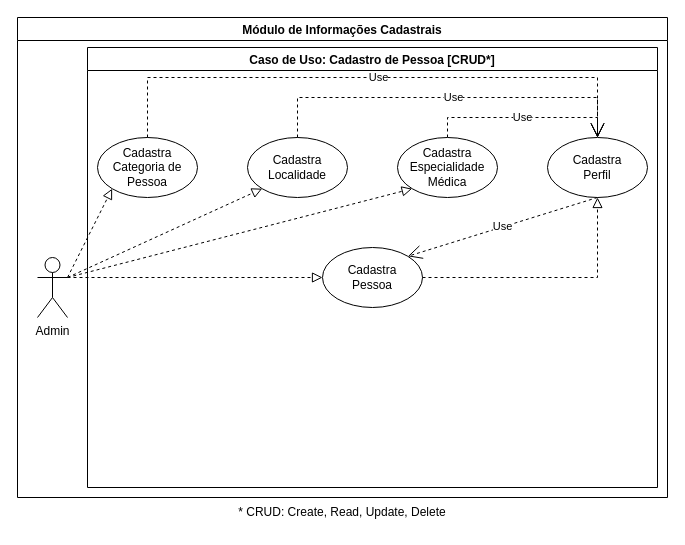
This is page "Cad-Pessoa" (1 of 3) of PUC-GISA-M1.drawio from kikoluiss/tcc-puc, a draw.io file, before an edit. Source tidied: cells renumbered, new cells numbered last; positions are measured from the earlier drawing's top-left corner, leaving out a move shared by most shapes. Both pictures are drawn from the tidied source at 100%, with x=0, y=0 at pixel (17, 17).
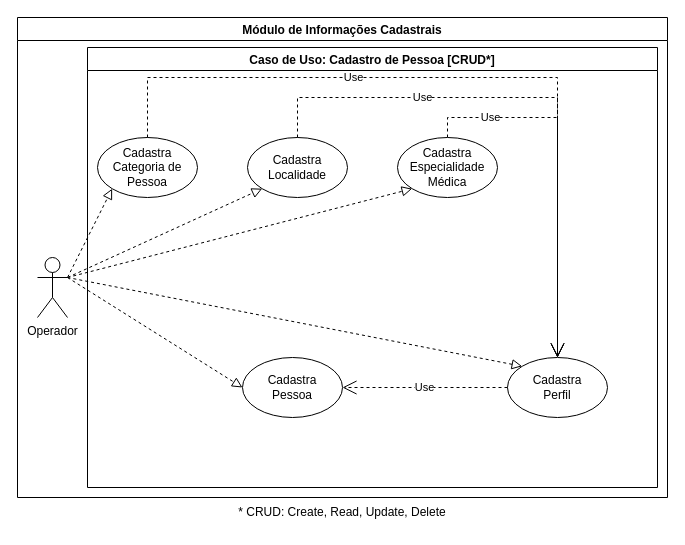
After the change.

The change refers to these unchanged cells:
```xml
<mxCell id="2" value="Módulo de Informações Cadastrais" style="swimlane;" parent="1" vertex="1">
  <mxGeometry width="650" height="480" as="geometry" />
</mxCell>
<mxCell id="4" value="Caso de Uso: Cadastro de Pessoa [CRUD*]" style="swimlane;" parent="2" vertex="1">
  <mxGeometry x="70" y="30" width="570" height="440" as="geometry" />
</mxCell>
<mxCell id="5" value="Cadastra Categoria de Pessoa" style="ellipse;whiteSpace=wrap;html=1;align=center;newEdgeStyle={&quot;edgeStyle&quot;:&quot;entityRelationEdgeStyle&quot;,&quot;startArrow&quot;:&quot;none&quot;,&quot;endArrow&quot;:&quot;none&quot;,&quot;segment&quot;:10,&quot;curved&quot;:1};" parent="4" vertex="1">
  <mxGeometry x="10" y="90" width="100" height="60" as="geometry" />
</mxCell>
<mxCell id="8" value="Cadastra&lt;br&gt;Localidade" style="ellipse;whiteSpace=wrap;html=1;align=center;newEdgeStyle={&quot;edgeStyle&quot;:&quot;entityRelationEdgeStyle&quot;,&quot;startArrow&quot;:&quot;none&quot;,&quot;endArrow&quot;:&quot;none&quot;,&quot;segment&quot;:10,&quot;curved&quot;:1};" parent="4" vertex="1">
  <mxGeometry x="160" y="90" width="100" height="60" as="geometry" />
</mxCell>
<mxCell id="13" value="Cadastra&lt;br&gt;Especialidade&lt;br&gt;Médica" style="ellipse;whiteSpace=wrap;html=1;align=center;newEdgeStyle={&quot;edgeStyle&quot;:&quot;entityRelationEdgeStyle&quot;,&quot;startArrow&quot;:&quot;none&quot;,&quot;endArrow&quot;:&quot;none&quot;,&quot;segment&quot;:10,&quot;curved&quot;:1};" parent="4" vertex="1">
  <mxGeometry x="310" y="90" width="100" height="60" as="geometry" />
</mxCell>
```

Diff of the diagram source:
```diff
@@
-    <mxCell id="3" value="Admin" style="shape=umlActor;verticalLabelPosition=bottom;verticalAlign=top;html=1;outlineConnect=0;" parent="2" vertex="1">
+    <mxCell id="3" value="Operador" style="shape=umlActor;verticalLabelPosition=bottom;verticalAlign=top;html=1;outlineConnect=0;" parent="2" vertex="1">
       <mxGeometry x="20" y="240" width="30" height="60" as="geometry" />
     </mxCell>
@@
     <mxCell id="6" value="Cadastra&lt;br&gt;Pessoa" style="ellipse;whiteSpace=wrap;html=1;align=center;newEdgeStyle={&quot;edgeStyle&quot;:&quot;entityRelationEdgeStyle&quot;,&quot;startArrow&quot;:&quot;none&quot;,&quot;endArrow&quot;:&quot;none&quot;,&quot;segment&quot;:10,&quot;curved&quot;:1};" parent="4" vertex="1">
-      <mxGeometry x="235" y="200" width="100" height="60" as="geometry" />
+      <mxGeometry x="155" y="310" width="100" height="60" as="geometry" />
     </mxCell>
     <mxCell id="7" value="Cadastra&lt;br&gt;Perfil" style="ellipse;whiteSpace=wrap;html=1;align=center;newEdgeStyle={&quot;edgeStyle&quot;:&quot;entityRelationEdgeStyle&quot;,&quot;startArrow&quot;:&quot;none&quot;,&quot;endArrow&quot;:&quot;none&quot;,&quot;segment&quot;:10,&quot;curved&quot;:1};" parent="4" vertex="1">
-      <mxGeometry x="460" y="90" width="100" height="60" as="geometry" />
+      <mxGeometry x="420" y="310" width="100" height="60" as="geometry" />
     </mxCell>
@@
     <mxCell id="9" value="Use" style="endArrow=open;endSize=12;dashed=1;html=1;rounded=0;exitX=0.5;exitY=0;exitDx=0;exitDy=0;entryX=0.5;entryY=0;entryDx=0;entryDy=0;" parent="4" edge="1" source="5" target="7">
-      <mxGeometry x="0.02" relative="1" as="geometry">
+      <mxGeometry x="-0.29" relative="1" as="geometry">
         <Array as="points">
           <mxPoint x="60" y="30" />
-          <mxPoint x="510" y="30" />
+          <mxPoint x="470" y="30" />
         </Array>
       </mxGeometry>
     </mxCell>
     <mxCell id="10" value="Use" style="endArrow=open;endSize=12;dashed=1;html=1;rounded=0;exitX=0.5;exitY=0;exitDx=0;exitDy=0;entryX=0.5;entryY=0;entryDx=0;entryDy=0;" parent="4" edge="1" source="13" target="7">
-      <mxGeometry relative="1" as="geometry">
+      <mxGeometry x="-0.66" relative="1" as="geometry">
         <Array as="points">
           <mxPoint x="360" y="70" />
-          <mxPoint x="510" y="70" />
+          <mxPoint x="470" y="70" />
         </Array>
       </mxGeometry>
     </mxCell>
-    <mxCell id="11" value="Use" style="endArrow=open;endSize=12;dashed=1;html=1;rounded=0;startArrow=none;exitX=0.5;exitY=1;exitDx=0;exitDy=0;entryX=1;entryY=0;entryDx=0;entryDy=0;" parent="4" edge="1" source="7" target="6">
+    <mxCell id="11" value="Use" style="endArrow=open;endSize=12;dashed=1;html=1;rounded=0;startArrow=none;exitX=0;exitY=0.5;exitDx=0;exitDy=0;entryX=1;entryY=0.5;entryDx=0;entryDy=0;" parent="4" edge="1" source="7" target="6">
       <mxGeometry relative="1" as="geometry" />
     </mxCell>
     <mxCell id="12" value="Use" style="endArrow=open;endSize=12;dashed=1;html=1;rounded=0;exitX=0.5;exitY=0;exitDx=0;exitDy=0;entryX=0.5;entryY=0;entryDx=0;entryDy=0;" parent="4" edge="1" source="8" target="7">
-      <mxGeometry x="0.03" relative="1" as="geometry">
+      <mxGeometry x="-0.41" relative="1" as="geometry">
         <Array as="points">
           <mxPoint x="210" y="50" />
-          <mxPoint x="510" y="50" />
+          <mxPoint x="470" y="50" />
         </Array>
       </mxGeometry>
     </mxCell>
@@
-    <mxCell id="14" style="endArrow=block;startArrow=none;endFill=0;startFill=0;endSize=8;html=1;verticalAlign=bottom;dashed=1;labelBackgroundColor=none;rounded=0;exitX=1;exitY=0.5;exitDx=0;exitDy=0;entryX=0.5;entryY=1;entryDx=0;entryDy=0;" parent="4" edge="1" source="6" target="7">
-      <mxGeometry relative="1" as="geometry">
-        <Array as="points">
-          <mxPoint x="510" y="230" />
-        </Array>
-      </mxGeometry>
-    </mxCell>
@@
+    <mxCell id="20" style="endArrow=block;startArrow=none;endFill=0;startFill=0;endSize=8;html=1;verticalAlign=bottom;dashed=1;labelBackgroundColor=none;rounded=0;entryX=0;entryY=0;entryDx=0;entryDy=0;exitX=1;exitY=0.3333333333333333;exitDx=0;exitDy=0;exitPerimeter=0;" parent="2" edge="1" source="3" target="7">
+      <mxGeometry relative="1" as="geometry" />
+    </mxCell>
```
